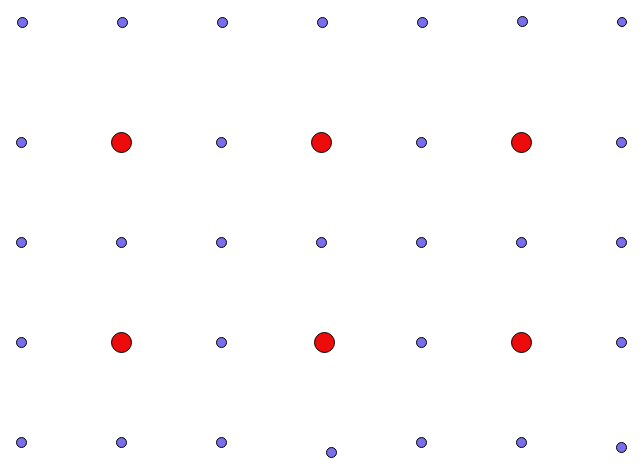
Earlier version of the draw.io diagram docs/graphics/circleMixer.drawio (petiatgithub/quantum-hackaton-2025-destroyers). Source tidied: cells renumbered, new cells numbered last; positions are measured from the earlier drawing's top-left corner, leaving out a move shared by most shapes. Both pictures are drawn from the tidied source at 100%, with x=0, y=0 at pixel (16, 16).
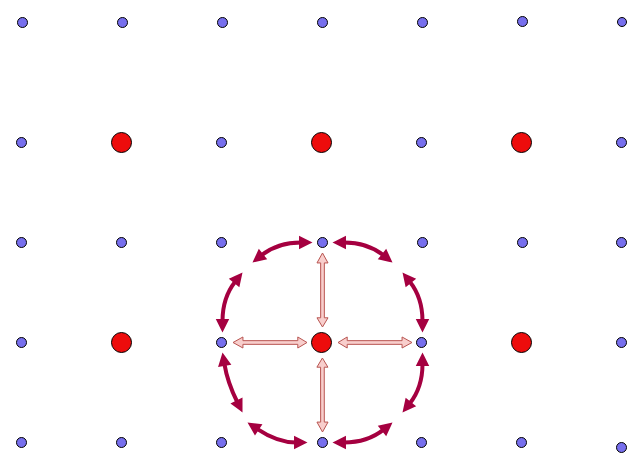
The same page after the edit.

Commit message:
Adding Circle Mixer

The edit, as a diff of the source:
```diff
@@
     <mxCell id="7" style="ellipse;whiteSpace=wrap;html=1;fillColor=light-dark(#ed0c0c, #ededed);" parent="1" vertex="1">
-      <mxGeometry x="298" y="316" width="20" height="20" as="geometry" />
+      <mxGeometry x="295" y="316" width="20" height="20" as="geometry" />
     </mxCell>
@@
     <mxCell id="12" style="ellipse;whiteSpace=wrap;html=1;fillColor=light-dark(#776FED,#EDEDED);" parent="1" vertex="1">
-      <mxGeometry x="300" y="221" width="10" height="10" as="geometry" />
+      <mxGeometry x="301" y="221" width="10" height="10" as="geometry" />
     </mxCell>
@@
     <mxCell id="22" style="ellipse;whiteSpace=wrap;html=1;fillColor=light-dark(#776FED,#EDEDED);" parent="1" vertex="1">
-      <mxGeometry x="400" y="221" width="10" height="10" as="geometry" />
+      <mxGeometry x="401" y="221" width="10" height="10" as="geometry" />
     </mxCell>
@@
     <mxCell id="25" style="ellipse;whiteSpace=wrap;html=1;fillColor=light-dark(#776FED,#EDEDED);" parent="1" vertex="1">
-      <mxGeometry x="500" y="221" width="10" height="10" as="geometry" />
+      <mxGeometry x="501" y="221" width="10" height="10" as="geometry" />
     </mxCell>
@@
     <mxCell id="31" style="ellipse;whiteSpace=wrap;html=1;fillColor=light-dark(#776FED,#EDEDED);" parent="1" vertex="1">
-      <mxGeometry x="310" y="431" width="10" height="10" as="geometry" />
+      <mxGeometry x="301" y="421" width="10" height="10" as="geometry" />
     </mxCell>
@@
+    <mxCell id="37" style="shape=flexArrow;endArrow=classic;startArrow=classic;html=1;rounded=0;width=3.6538461538461537;startSize=2.7307692307692304;startWidth=6.412721893491124;endWidth=6.412721893491124;endSize=2.975;fillColor=#f8cecc;strokeColor=#b85450;" parent="1" edge="1">
+      <mxGeometry relative="1" as="geometry">
+        <mxPoint x="306" y="311" as="sourcePoint" />
+        <mxPoint x="306" y="236" as="targetPoint" />
+      </mxGeometry>
+    </mxCell>
+    <mxCell id="38" style="shape=flexArrow;endArrow=classic;startArrow=classic;html=1;rounded=0;width=3.6538461538461537;startSize=2.7307692307692304;startWidth=6.412721893491124;endWidth=6.412721893491124;endSize=2.975;fillColor=#f8cecc;strokeColor=#b85450;" parent="1" edge="1">
+      <mxGeometry relative="1" as="geometry">
+        <mxPoint x="291" y="326" as="sourcePoint" />
+        <mxPoint x="216" y="326" as="targetPoint" />
+      </mxGeometry>
+    </mxCell>
+    <mxCell id="39" style="shape=flexArrow;endArrow=classic;startArrow=classic;html=1;rounded=0;width=3.6538461538461537;startSize=2.7307692307692304;startWidth=6.412721893491124;endWidth=6.412721893491124;endSize=2.975;fillColor=#f8cecc;strokeColor=#b85450;" parent="1" edge="1">
+      <mxGeometry relative="1" as="geometry">
+        <mxPoint x="305.9" y="341" as="sourcePoint" />
+        <mxPoint x="306" y="416" as="targetPoint" />
+      </mxGeometry>
+    </mxCell>
+    <mxCell id="40" style="shape=flexArrow;endArrow=classic;startArrow=classic;html=1;rounded=0;width=3.6538461538461537;startSize=2.7307692307692304;startWidth=6.412721893491124;endWidth=6.412721893491124;endSize=2.975;fillColor=#f8cecc;strokeColor=#b85450;" parent="1" edge="1">
+      <mxGeometry relative="1" as="geometry">
+        <mxPoint x="321" y="326" as="sourcePoint" />
+        <mxPoint x="396" y="326" as="targetPoint" />
+      </mxGeometry>
+    </mxCell>
+    <mxCell id="41" style="curved=1;endArrow=block;html=1;rounded=0;strokeWidth=4;startArrow=block;startFill=1;endSize=3;startSize=3;endFill=1;fillColor=#d80073;strokeColor=#A50040;" parent="1" edge="1">
+      <mxGeometry relative="1" as="geometry">
+        <mxPoint x="316" y="426" as="sourcePoint" />
+        <mxPoint x="376" y="406" as="targetPoint" />
+        <Array as="points">
+          <mxPoint x="351" y="426" />
+        </Array>
+      </mxGeometry>
+    </mxCell>
+    <mxCell id="42" style="curved=1;endArrow=block;html=1;rounded=0;strokeWidth=4;startArrow=block;startFill=1;endSize=3;startSize=3;endFill=1;fillColor=#d80073;strokeColor=#A50040;" parent="1" edge="1">
+      <mxGeometry relative="1" as="geometry">
+        <mxPoint x="386" y="396" as="sourcePoint" />
+        <mxPoint x="406" y="336" as="targetPoint" />
+        <Array as="points">
+          <mxPoint x="406" y="371" />
+        </Array>
+      </mxGeometry>
+    </mxCell>
+    <mxCell id="43" style="curved=1;endArrow=block;html=1;rounded=0;strokeWidth=4;startArrow=block;startFill=1;endSize=3;startSize=3;endFill=1;fillColor=#d80073;strokeColor=#A50040;" parent="1" edge="1">
+      <mxGeometry relative="1" as="geometry">
+        <mxPoint x="386" y="256" as="sourcePoint" />
+        <mxPoint x="406" y="316" as="targetPoint" />
+        <Array as="points">
+          <mxPoint x="406" y="281" />
+        </Array>
+      </mxGeometry>
+    </mxCell>
+    <mxCell id="44" style="curved=1;endArrow=block;html=1;rounded=0;strokeWidth=4;startArrow=block;startFill=1;endSize=3;startSize=3;endFill=1;fillColor=#d80073;strokeColor=#A50040;" parent="1" edge="1">
+      <mxGeometry relative="1" as="geometry">
+        <mxPoint x="316" y="226" as="sourcePoint" />
+        <mxPoint x="376" y="246" as="targetPoint" />
+        <Array as="points">
+          <mxPoint x="351" y="226" />
+        </Array>
+      </mxGeometry>
+    </mxCell>
+    <mxCell id="45" style="curved=1;endArrow=block;html=1;rounded=0;strokeWidth=4;startArrow=block;startFill=1;endSize=3;startSize=3;endFill=1;fillColor=#d80073;strokeColor=#A50040;" parent="1" edge="1">
+      <mxGeometry relative="1" as="geometry">
+        <mxPoint x="236" y="246" as="sourcePoint" />
+        <mxPoint x="296" y="226" as="targetPoint" />
+        <Array as="points">
+          <mxPoint x="261" y="226" />
+        </Array>
+      </mxGeometry>
+    </mxCell>
+    <mxCell id="46" style="curved=1;endArrow=block;html=1;rounded=0;strokeWidth=4;startArrow=block;startFill=1;endSize=3;startSize=3;endFill=1;fillColor=#d80073;strokeColor=#A50040;" parent="1" edge="1">
+      <mxGeometry relative="1" as="geometry">
+        <mxPoint x="226" y="256" as="sourcePoint" />
+        <mxPoint x="206" y="316" as="targetPoint" />
+        <Array as="points">
+          <mxPoint x="206" y="281" />
+        </Array>
+      </mxGeometry>
+    </mxCell>
+    <mxCell id="47" style="curved=1;endArrow=block;html=1;rounded=0;strokeWidth=4;startArrow=block;startFill=1;endSize=3;startSize=3;endFill=1;fillColor=#d80073;strokeColor=#A50040;" parent="1" edge="1">
+      <mxGeometry relative="1" as="geometry">
+        <mxPoint x="206" y="336" as="sourcePoint" />
+        <mxPoint x="226" y="396" as="targetPoint" />
+        <Array as="points">
+          <mxPoint x="211" y="366" />
+        </Array>
+      </mxGeometry>
+    </mxCell>
+    <mxCell id="48" style="curved=1;endArrow=block;html=1;rounded=0;strokeWidth=4;startArrow=block;startFill=1;endSize=3;startSize=3;endFill=1;fillColor=#d80073;strokeColor=#A50040;" parent="1" edge="1">
+      <mxGeometry relative="1" as="geometry">
+        <mxPoint x="231" y="406" as="sourcePoint" />
+        <mxPoint x="291" y="426" as="targetPoint" />
+        <Array as="points">
+          <mxPoint x="261" y="426" />
+        </Array>
+      </mxGeometry>
+    </mxCell>
```
